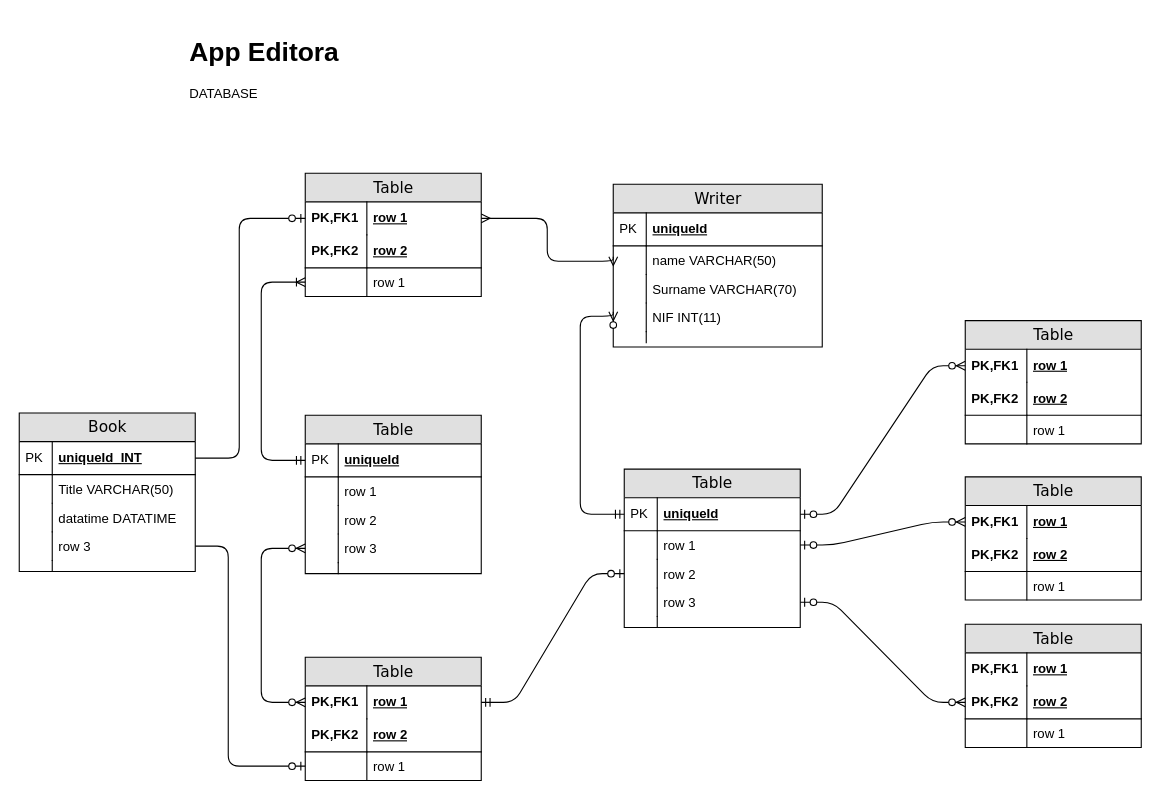
Before: Untitled Diagram.drawio in jonasnapoles/projectFinalDocs, a draw.io diagram. Source tidied: cells renumbered, new cells numbered last; positions are measured from the earlier drawing's top-left corner, leaving out a move shared by most shapes. Both pictures are drawn from the tidied source at 110%, with x=0, y=0 at pixel (19, 30).
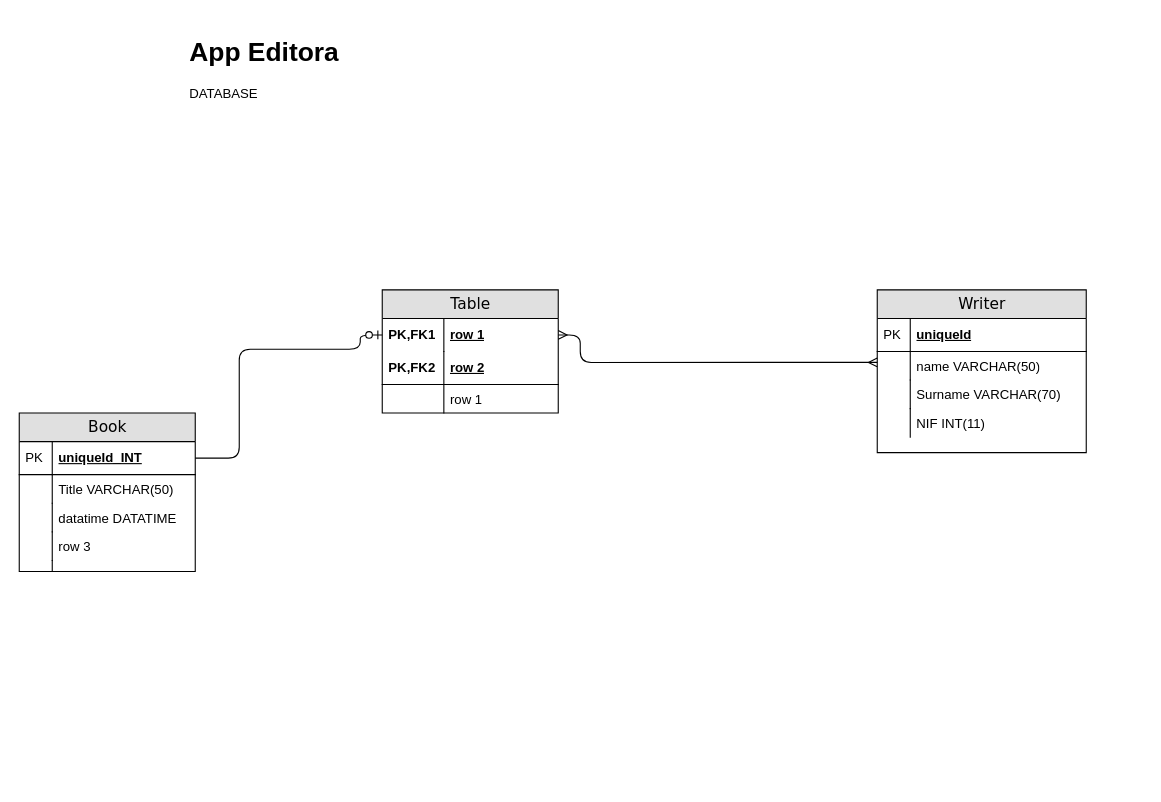
The same diagram, later.

The change refers to these unchanged cells:
```xml
<mxCell id="3" value="row 1" style="shape=partialRectangle;top=0;left=0;right=0;bottom=0;html=1;align=left;verticalAlign=middle;fillColor=none;spacingLeft=60;spacingRight=4;whiteSpace=wrap;overflow=hidden;points=[[0,0.5],[1,0.5]];portConstraint=eastwest;fontStyle=5;" parent="2" vertex="1">
  <mxGeometry y="26" width="160" height="30" as="geometry" />
</mxCell>
<mxCell id="7" value="row 1" style="shape=partialRectangle;top=0;left=0;right=0;bottom=0;html=1;align=left;verticalAlign=top;fillColor=none;spacingLeft=60;spacingRight=4;whiteSpace=wrap;overflow=hidden;points=[[0,0.5],[1,0.5]];portConstraint=eastwest;" parent="2" vertex="1">
  <mxGeometry y="86" width="160" height="26" as="geometry" />
</mxCell>
<mxCell id="12" value="name VARCHAR(50)" style="shape=partialRectangle;top=0;left=0;right=0;bottom=0;html=1;align=left;verticalAlign=top;fillColor=none;spacingLeft=34;spacingRight=4;whiteSpace=wrap;overflow=hidden;points=[[0,0.5],[1,0.5]];portConstraint=eastwest;" parent="9" vertex="1">
  <mxGeometry y="56" width="190" height="26" as="geometry" />
</mxCell>
<mxCell id="16" value="NIF INT(11)" style="shape=partialRectangle;top=0;left=0;right=0;bottom=0;html=1;align=left;verticalAlign=top;fillColor=none;spacingLeft=34;spacingRight=4;whiteSpace=wrap;overflow=hidden;points=[[0,0.5],[1,0.5]];portConstraint=eastwest;" parent="9" vertex="1">
  <mxGeometry y="108" width="190" height="26" as="geometry" />
</mxCell>
<mxCell id="79" value="uniqueId_INT" style="shape=partialRectangle;top=0;left=0;right=0;bottom=1;html=1;align=left;verticalAlign=middle;fillColor=none;spacingLeft=34;spacingRight=4;whiteSpace=wrap;overflow=hidden;points=[[0,0.5],[1,0.5]];portConstraint=eastwest;fontStyle=5;" parent="78" vertex="1">
  <mxGeometry y="26" width="160" height="30" as="geometry" />
</mxCell>
<mxCell id="85" value="row 3" style="shape=partialRectangle;top=0;left=0;right=0;bottom=0;html=1;align=left;verticalAlign=top;fillColor=none;spacingLeft=34;spacingRight=4;whiteSpace=wrap;overflow=hidden;points=[[0,0.5],[1,0.5]];portConstraint=eastwest;" parent="78" vertex="1">
  <mxGeometry y="108" width="160" height="26" as="geometry" />
</mxCell>
```

Change to the diagram source:
```diff
@@
     <mxCell id="2" value="Table" style="swimlane;html=1;fontStyle=0;horizontal=1;startSize=26;fillColor=#e0e0e0;swimlaneFillColor=#ffffff;align=center;rounded=0;shadow=0;comic=0;labelBackgroundColor=none;strokeWidth=1;fontFamily=Verdana;fontSize=14;" parent="1" vertex="1">
-      <mxGeometry x="260" y="130" width="160" height="112" as="geometry" />
+      <mxGeometry x="330" y="236" width="160" height="112" as="geometry" />
     </mxCell>
@@
     <mxCell id="9" value="Writer" style="swimlane;html=1;fontStyle=0;horizontal=1;startSize=26;fillColor=#e0e0e0;swimlaneFillColor=#ffffff;align=center;rounded=0;shadow=0;comic=0;labelBackgroundColor=none;strokeWidth=1;fontFamily=Verdana;fontSize=14;swimlaneLine=1;" parent="1" vertex="1">
-      <mxGeometry x="540" y="140" width="190" height="148" as="geometry" />
+      <mxGeometry x="780" y="236" width="190" height="148" as="geometry" />
     </mxCell>
@@
-    <mxCell id="18" style="shape=partialRectangle;top=0;left=0;right=0;bottom=0;html=1;align=left;verticalAlign=top;fillColor=none;spacingLeft=34;spacingRight=4;whiteSpace=wrap;overflow=hidden;" parent="9" vertex="1">
-      <mxGeometry y="134" width="190" height="10" as="geometry" />
-    </mxCell>
-    <mxCell id="19" style="shape=partialRectangle;top=0;left=0;bottom=0;html=1;fillColor=none;align=left;verticalAlign=top;spacingLeft=4;spacingRight=4;whiteSpace=wrap;overflow=hidden;" parent="18" vertex="1">
-      <mxGeometry width="30" height="10" as="geometry" />
-    </mxCell>
-    <mxCell id="20" value="Table" style="swimlane;html=1;fontStyle=0;horizontal=1;startSize=26;fillColor=#e0e0e0;swimlaneFillColor=#ffffff;align=center;rounded=0;shadow=0;comic=0;labelBackgroundColor=none;strokeWidth=1;fontFamily=Verdana;fontSize=14;" parent="1" vertex="1">
-      <mxGeometry x="260" y="350" width="160" height="144" as="geometry" />
-    </mxCell>
-    <mxCell id="21" value="uniqueId" style="shape=partialRectangle;top=0;left=0;right=0;bottom=1;html=1;align=left;verticalAlign=middle;fillColor=none;spacingLeft=34;spacingRight=4;whiteSpace=wrap;overflow=hidden;points=[[0,0.5],[1,0.5]];portConstraint=eastwest;fontStyle=5;" parent="20" vertex="1">
-      <mxGeometry y="26" width="160" height="30" as="geometry" />
-    </mxCell>
-    <mxCell id="22" value="PK" style="shape=partialRectangle;top=0;left=0;bottom=0;html=1;fillColor=none;align=left;verticalAlign=middle;spacingLeft=4;spacingRight=4;whiteSpace=wrap;overflow=hidden;" parent="21" vertex="1">
-      <mxGeometry width="30" height="30" as="geometry" />
-    </mxCell>
-    <mxCell id="23" value="row 1" style="shape=partialRectangle;top=0;left=0;right=0;bottom=0;html=1;align=left;verticalAlign=top;fillColor=none;spacingLeft=34;spacingRight=4;whiteSpace=wrap;overflow=hidden;" parent="20" vertex="1">
-      <mxGeometry y="56" width="160" height="26" as="geometry" />
-    </mxCell>
-    <mxCell id="24" style="shape=partialRectangle;top=0;left=0;bottom=0;html=1;fillColor=none;align=left;verticalAlign=top;spacingLeft=4;spacingRight=4;whiteSpace=wrap;overflow=hidden;" parent="23" vertex="1">
-      <mxGeometry width="30" height="26" as="geometry" />
-    </mxCell>
-    <mxCell id="25" value="row 2" style="shape=partialRectangle;top=0;left=0;right=0;bottom=0;html=1;align=left;verticalAlign=top;fillColor=none;spacingLeft=34;spacingRight=4;whiteSpace=wrap;overflow=hidden;" parent="20" vertex="1">
-      <mxGeometry y="82" width="160" height="26" as="geometry" />
-    </mxCell>
-    <mxCell id="26" style="shape=partialRectangle;top=0;left=0;bottom=0;html=1;fillColor=none;align=left;verticalAlign=top;spacingLeft=4;spacingRight=4;whiteSpace=wrap;overflow=hidden;" parent="25" vertex="1">
-      <mxGeometry width="30" height="26" as="geometry" />
-    </mxCell>
-    <mxCell id="27" value="row 3" style="shape=partialRectangle;top=0;left=0;right=0;bottom=0;html=1;align=left;verticalAlign=top;fillColor=none;spacingLeft=34;spacingRight=4;whiteSpace=wrap;overflow=hidden;points=[[0,0.5],[1,0.5]];portConstraint=eastwest;" parent="20" vertex="1">
-      <mxGeometry y="108" width="160" height="26" as="geometry" />
-    </mxCell>
-    <mxCell id="28" style="shape=partialRectangle;top=0;left=0;bottom=0;html=1;fillColor=none;align=left;verticalAlign=top;spacingLeft=4;spacingRight=4;whiteSpace=wrap;overflow=hidden;" parent="27" vertex="1">
-      <mxGeometry width="30" height="26" as="geometry" />
-    </mxCell>
-    <mxCell id="29" style="shape=partialRectangle;top=0;left=0;right=0;bottom=0;html=1;align=left;verticalAlign=top;fillColor=none;spacingLeft=34;spacingRight=4;whiteSpace=wrap;overflow=hidden;" parent="20" vertex="1">
-      <mxGeometry y="134" width="160" height="10" as="geometry" />
-    </mxCell>
-    <mxCell id="30" style="shape=partialRectangle;top=0;left=0;bottom=0;html=1;fillColor=none;align=left;verticalAlign=top;spacingLeft=4;spacingRight=4;whiteSpace=wrap;overflow=hidden;" parent="29" vertex="1">
-      <mxGeometry width="30" height="10" as="geometry" />
-    </mxCell>
-    <mxCell id="31" value="Table" style="swimlane;html=1;fontStyle=0;horizontal=1;startSize=26;fillColor=#e0e0e0;swimlaneFillColor=#ffffff;align=center;rounded=0;shadow=0;comic=0;labelBackgroundColor=none;strokeWidth=1;fontFamily=Verdana;fontSize=14;" parent="1" vertex="1">
-      <mxGeometry x="550" y="399" width="160" height="144" as="geometry" />
-    </mxCell>
-    <mxCell id="32" value="uniqueId" style="shape=partialRectangle;top=0;left=0;right=0;bottom=1;html=1;align=left;verticalAlign=middle;fillColor=none;spacingLeft=34;spacingRight=4;whiteSpace=wrap;overflow=hidden;points=[[0,0.5],[1,0.5]];portConstraint=eastwest;fontStyle=5;" parent="31" vertex="1">
-      <mxGeometry y="26" width="160" height="30" as="geometry" />
-    </mxCell>
-    <mxCell id="33" value="PK" style="shape=partialRectangle;top=0;left=0;bottom=0;html=1;fillColor=none;align=left;verticalAlign=middle;spacingLeft=4;spacingRight=4;whiteSpace=wrap;overflow=hidden;" parent="32" vertex="1">
-      <mxGeometry width="30" height="30" as="geometry" />
-    </mxCell>
-    <mxCell id="34" value="row 1" style="shape=partialRectangle;top=0;left=0;right=0;bottom=0;html=1;align=left;verticalAlign=top;fillColor=none;spacingLeft=34;spacingRight=4;whiteSpace=wrap;overflow=hidden;points=[[0,0.5],[1,0.5]];portConstraint=eastwest;" parent="31" vertex="1">
-      <mxGeometry y="56" width="160" height="26" as="geometry" />
-    </mxCell>
-    <mxCell id="35" style="shape=partialRectangle;top=0;left=0;bottom=0;html=1;fillColor=none;align=left;verticalAlign=top;spacingLeft=4;spacingRight=4;whiteSpace=wrap;overflow=hidden;" parent="34" vertex="1">
-      <mxGeometry width="30" height="26" as="geometry" />
-    </mxCell>
-    <mxCell id="36" value="row 2" style="shape=partialRectangle;top=0;left=0;right=0;bottom=0;html=1;align=left;verticalAlign=top;fillColor=none;spacingLeft=34;spacingRight=4;whiteSpace=wrap;overflow=hidden;points=[[0,0.5],[1,0.5]];portConstraint=eastwest;" parent="31" vertex="1">
-      <mxGeometry y="82" width="160" height="26" as="geometry" />
-    </mxCell>
-    <mxCell id="37" style="shape=partialRectangle;top=0;left=0;bottom=0;html=1;fillColor=none;align=left;verticalAlign=top;spacingLeft=4;spacingRight=4;whiteSpace=wrap;overflow=hidden;" parent="36" vertex="1">
-      <mxGeometry width="30" height="26" as="geometry" />
-    </mxCell>
-    <mxCell id="38" value="row 3" style="shape=partialRectangle;top=0;left=0;right=0;bottom=0;html=1;align=left;verticalAlign=top;fillColor=none;spacingLeft=34;spacingRight=4;whiteSpace=wrap;overflow=hidden;points=[[0,0.5],[1,0.5]];portConstraint=eastwest;" parent="31" vertex="1">
-      <mxGeometry y="108" width="160" height="26" as="geometry" />
-    </mxCell>
-    <mxCell id="39" style="shape=partialRectangle;top=0;left=0;bottom=0;html=1;fillColor=none;align=left;verticalAlign=top;spacingLeft=4;spacingRight=4;whiteSpace=wrap;overflow=hidden;" parent="38" vertex="1">
-      <mxGeometry width="30" height="26" as="geometry" />
-    </mxCell>
-    <mxCell id="40" style="shape=partialRectangle;top=0;left=0;right=0;bottom=0;html=1;align=left;verticalAlign=top;fillColor=none;spacingLeft=34;spacingRight=4;whiteSpace=wrap;overflow=hidden;" parent="31" vertex="1">
-      <mxGeometry y="134" width="160" height="10" as="geometry" />
-    </mxCell>
-    <mxCell id="41" style="shape=partialRectangle;top=0;left=0;bottom=0;html=1;fillColor=none;align=left;verticalAlign=top;spacingLeft=4;spacingRight=4;whiteSpace=wrap;overflow=hidden;" parent="40" vertex="1">
-      <mxGeometry width="30" height="10" as="geometry" />
-    </mxCell>
-    <mxCell id="42" value="Table" style="swimlane;html=1;fontStyle=0;horizontal=1;startSize=26;fillColor=#e0e0e0;swimlaneFillColor=#ffffff;align=center;rounded=0;shadow=0;comic=0;labelBackgroundColor=none;strokeWidth=1;fontFamily=Verdana;fontSize=14;" parent="1" vertex="1">
-      <mxGeometry x="860" y="264" width="160" height="112" as="geometry" />
-    </mxCell>
-    <mxCell id="43" value="row 1" style="shape=partialRectangle;top=0;left=0;right=0;bottom=0;html=1;align=left;verticalAlign=middle;fillColor=none;spacingLeft=60;spacingRight=4;whiteSpace=wrap;overflow=hidden;points=[[0,0.5],[1,0.5]];portConstraint=eastwest;fontStyle=5;" parent="42" vertex="1">
-      <mxGeometry y="26" width="160" height="30" as="geometry" />
-    </mxCell>
-    <mxCell id="44" value="PK,FK1" style="shape=partialRectangle;fontStyle=1;top=0;left=0;bottom=0;html=1;fillColor=none;align=left;verticalAlign=middle;spacingLeft=4;spacingRight=4;whiteSpace=wrap;overflow=hidden;" parent="43" vertex="1">
-      <mxGeometry width="56" height="30" as="geometry" />
-    </mxCell>
-    <mxCell id="45" value="row 2" style="shape=partialRectangle;top=0;left=0;right=0;bottom=1;html=1;align=left;verticalAlign=middle;fillColor=none;spacingLeft=60;spacingRight=4;whiteSpace=wrap;overflow=hidden;fontStyle=5;" parent="42" vertex="1">
-      <mxGeometry y="56" width="160" height="30" as="geometry" />
-    </mxCell>
-    <mxCell id="46" value="PK,FK2" style="shape=partialRectangle;fontStyle=1;top=0;left=0;bottom=0;html=1;fillColor=none;align=left;verticalAlign=middle;spacingLeft=4;spacingRight=4;whiteSpace=wrap;overflow=hidden;" parent="45" vertex="1">
-      <mxGeometry width="56" height="30" as="geometry" />
-    </mxCell>
-    <mxCell id="47" value="row 1" style="shape=partialRectangle;top=0;left=0;right=0;bottom=0;html=1;align=left;verticalAlign=top;fillColor=none;spacingLeft=60;spacingRight=4;whiteSpace=wrap;overflow=hidden;" parent="42" vertex="1">
-      <mxGeometry y="86" width="160" height="26" as="geometry" />
-    </mxCell>
-    <mxCell id="48" style="shape=partialRectangle;top=0;left=0;bottom=0;html=1;fillColor=none;align=left;verticalAlign=top;spacingLeft=4;spacingRight=4;whiteSpace=wrap;overflow=hidden;" parent="47" vertex="1">
-      <mxGeometry width="56" height="26" as="geometry" />
-    </mxCell>
-    <mxCell id="49" value="Table" style="swimlane;html=1;fontStyle=0;horizontal=1;startSize=26;fillColor=#e0e0e0;swimlaneFillColor=#ffffff;align=center;rounded=0;shadow=0;comic=0;labelBackgroundColor=none;strokeWidth=1;fontFamily=Verdana;fontSize=14;" parent="1" vertex="1">
-      <mxGeometry x="260" y="570" width="160" height="112" as="geometry" />
-    </mxCell>
-    <mxCell id="50" value="row 1" style="shape=partialRectangle;top=0;left=0;right=0;bottom=0;html=1;align=left;verticalAlign=middle;fillColor=none;spacingLeft=60;spacingRight=4;whiteSpace=wrap;overflow=hidden;points=[[0,0.5],[1,0.5]];portConstraint=eastwest;fontStyle=5;" parent="49" vertex="1">
-      <mxGeometry y="26" width="160" height="30" as="geometry" />
-    </mxCell>
-    <mxCell id="51" value="PK,FK1" style="shape=partialRectangle;fontStyle=1;top=0;left=0;bottom=0;html=1;fillColor=none;align=left;verticalAlign=middle;spacingLeft=4;spacingRight=4;whiteSpace=wrap;overflow=hidden;" parent="50" vertex="1">
-      <mxGeometry width="56" height="30" as="geometry" />
-    </mxCell>
-    <mxCell id="52" value="row 2" style="shape=partialRectangle;top=0;left=0;right=0;bottom=1;html=1;align=left;verticalAlign=middle;fillColor=none;spacingLeft=60;spacingRight=4;whiteSpace=wrap;overflow=hidden;fontStyle=5;" parent="49" vertex="1">
-      <mxGeometry y="56" width="160" height="30" as="geometry" />
-    </mxCell>
-    <mxCell id="53" value="PK,FK2" style="shape=partialRectangle;fontStyle=1;top=0;left=0;bottom=0;html=1;fillColor=none;align=left;verticalAlign=middle;spacingLeft=4;spacingRight=4;whiteSpace=wrap;overflow=hidden;" parent="52" vertex="1">
-      <mxGeometry width="56" height="30" as="geometry" />
-    </mxCell>
-    <mxCell id="54" value="row 1" style="shape=partialRectangle;top=0;left=0;right=0;bottom=0;html=1;align=left;verticalAlign=top;fillColor=none;spacingLeft=60;spacingRight=4;whiteSpace=wrap;overflow=hidden;points=[[0,0.5],[1,0.5]];portConstraint=eastwest;" parent="49" vertex="1">
-      <mxGeometry y="86" width="160" height="26" as="geometry" />
-    </mxCell>
-    <mxCell id="55" style="shape=partialRectangle;top=0;left=0;bottom=0;html=1;fillColor=none;align=left;verticalAlign=top;spacingLeft=4;spacingRight=4;whiteSpace=wrap;overflow=hidden;" parent="54" vertex="1">
-      <mxGeometry width="56" height="26" as="geometry" />
-    </mxCell>
-    <mxCell id="56" style="edgeStyle=orthogonalEdgeStyle;html=1;endArrow=ERoneToMany;startArrow=ERmandOne;labelBackgroundColor=none;fontFamily=Verdana;fontSize=14;entryX=0;entryY=0.5;exitX=0;exitY=0.5;" parent="1" edge="1" source="21" target="7">
-      <mxGeometry relative="1" as="geometry">
-        <Array as="points">
-          <mxPoint x="220" y="391" />
-          <mxPoint x="220" y="229" />
-        </Array>
-      </mxGeometry>
-    </mxCell>
-    <mxCell id="57" style="edgeStyle=orthogonalEdgeStyle;html=1;endArrow=ERzeroToMany;endFill=1;startArrow=ERzeroToMany;labelBackgroundColor=none;fontFamily=Verdana;fontSize=14;entryX=0;entryY=0.5;exitX=0;exitY=0.5;" parent="1" edge="1" source="50" target="27">
-      <mxGeometry relative="1" as="geometry">
-        <Array as="points">
-          <mxPoint x="220" y="611" />
-          <mxPoint x="220" y="471" />
-        </Array>
-      </mxGeometry>
-    </mxCell>
     <mxCell id="58" style="edgeStyle=orthogonalEdgeStyle;html=1;endArrow=ERmany;startArrow=ERmany;labelBackgroundColor=none;fontFamily=Verdana;fontSize=14;entryX=1;entryY=0.5;exitX=0;exitY=0.383;exitPerimeter=0;" parent="1" edge="1" source="12" target="3">
       <mxGeometry relative="1" as="geometry">
         <Array as="points">
-          <mxPoint x="480" y="210" />
-          <mxPoint x="480" y="171" />
+          <mxPoint x="510" y="302" />
+          <mxPoint x="510" y="277" />
         </Array>
       </mxGeometry>
     </mxCell>
-    <mxCell id="59" style="edgeStyle=orthogonalEdgeStyle;html=1;endArrow=ERzeroToMany;startArrow=ERmandOne;labelBackgroundColor=none;fontFamily=Verdana;fontSize=14;entryX=0;entryY=0.308;entryPerimeter=0;exitX=0;exitY=0.5;" parent="1" edge="1" source="32" target="16">
-      <mxGeometry relative="1" as="geometry">
-        <Array as="points">
-          <mxPoint x="510" y="440" />
-          <mxPoint x="510" y="260" />
-        </Array>
-      </mxGeometry>
-    </mxCell>
-    <mxCell id="60" style="edgeStyle=entityRelationEdgeStyle;html=1;endArrow=ERzeroToOne;startArrow=ERmandOne;labelBackgroundColor=none;fontFamily=Verdana;fontSize=14;exitX=1;exitY=0.5;entryX=0;entryY=0.5;" parent="1" edge="1" source="50" target="36">
-      <mxGeometry relative="1" as="geometry" />
-    </mxCell>
-    <mxCell id="61" style="edgeStyle=entityRelationEdgeStyle;html=1;endArrow=ERzeroToMany;startArrow=ERzeroToOne;labelBackgroundColor=none;fontFamily=Verdana;fontSize=14;entryX=0;entryY=0.5;exitX=1;exitY=0.5;" parent="1" edge="1" source="32" target="43">
-      <mxGeometry relative="1" as="geometry" />
-    </mxCell>
-    <mxCell id="62" value="Table" style="swimlane;html=1;fontStyle=0;horizontal=1;startSize=26;fillColor=#e0e0e0;swimlaneFillColor=#ffffff;align=center;rounded=0;shadow=0;comic=0;labelBackgroundColor=none;strokeWidth=1;fontFamily=Verdana;fontSize=14;" parent="1" vertex="1">
-      <mxGeometry x="860" y="406" width="160" height="112" as="geometry" />
-    </mxCell>
-    <mxCell id="63" value="row 1" style="shape=partialRectangle;top=0;left=0;right=0;bottom=0;html=1;align=left;verticalAlign=middle;fillColor=none;spacingLeft=60;spacingRight=4;whiteSpace=wrap;overflow=hidden;points=[[0,0.5],[1,0.5]];portConstraint=eastwest;fontStyle=5;" parent="62" vertex="1">
-      <mxGeometry y="26" width="160" height="30" as="geometry" />
-    </mxCell>
-    <mxCell id="64" value="PK,FK1" style="shape=partialRectangle;fontStyle=1;top=0;left=0;bottom=0;html=1;fillColor=none;align=left;verticalAlign=middle;spacingLeft=4;spacingRight=4;whiteSpace=wrap;overflow=hidden;" parent="63" vertex="1">
-      <mxGeometry width="56" height="30" as="geometry" />
-    </mxCell>
-    <mxCell id="65" value="row 2" style="shape=partialRectangle;top=0;left=0;right=0;bottom=1;html=1;align=left;verticalAlign=middle;fillColor=none;spacingLeft=60;spacingRight=4;whiteSpace=wrap;overflow=hidden;fontStyle=5;" parent="62" vertex="1">
-      <mxGeometry y="56" width="160" height="30" as="geometry" />
-    </mxCell>
-    <mxCell id="66" value="PK,FK2" style="shape=partialRectangle;fontStyle=1;top=0;left=0;bottom=0;html=1;fillColor=none;align=left;verticalAlign=middle;spacingLeft=4;spacingRight=4;whiteSpace=wrap;overflow=hidden;" parent="65" vertex="1">
-      <mxGeometry width="56" height="30" as="geometry" />
-    </mxCell>
-    <mxCell id="67" value="row 1" style="shape=partialRectangle;top=0;left=0;right=0;bottom=0;html=1;align=left;verticalAlign=top;fillColor=none;spacingLeft=60;spacingRight=4;whiteSpace=wrap;overflow=hidden;" parent="62" vertex="1">
-      <mxGeometry y="86" width="160" height="26" as="geometry" />
-    </mxCell>
-    <mxCell id="68" style="shape=partialRectangle;top=0;left=0;bottom=0;html=1;fillColor=none;align=left;verticalAlign=top;spacingLeft=4;spacingRight=4;whiteSpace=wrap;overflow=hidden;" parent="67" vertex="1">
-      <mxGeometry width="56" height="26" as="geometry" />
-    </mxCell>
-    <mxCell id="69" value="Table" style="swimlane;html=1;fontStyle=0;horizontal=1;startSize=26;fillColor=#e0e0e0;swimlaneFillColor=#ffffff;align=center;rounded=0;shadow=0;comic=0;labelBackgroundColor=none;strokeWidth=1;fontFamily=Verdana;fontSize=14;" parent="1" vertex="1">
-      <mxGeometry x="860" y="540" width="160" height="112" as="geometry" />
-    </mxCell>
-    <mxCell id="70" value="row 1" style="shape=partialRectangle;top=0;left=0;right=0;bottom=0;html=1;align=left;verticalAlign=middle;fillColor=none;spacingLeft=60;spacingRight=4;whiteSpace=wrap;overflow=hidden;fontStyle=5;" parent="69" vertex="1">
-      <mxGeometry y="26" width="160" height="30" as="geometry" />
-    </mxCell>
-    <mxCell id="71" value="PK,FK1" style="shape=partialRectangle;fontStyle=1;top=0;left=0;bottom=0;html=1;fillColor=none;align=left;verticalAlign=middle;spacingLeft=4;spacingRight=4;whiteSpace=wrap;overflow=hidden;" parent="70" vertex="1">
-      <mxGeometry width="56" height="30" as="geometry" />
-    </mxCell>
-    <mxCell id="72" value="row 2" style="shape=partialRectangle;top=0;left=0;right=0;bottom=1;html=1;align=left;verticalAlign=middle;fillColor=none;spacingLeft=60;spacingRight=4;whiteSpace=wrap;overflow=hidden;points=[[0,0.5],[1,0.5]];portConstraint=eastwest;fontStyle=5;" parent="69" vertex="1">
-      <mxGeometry y="56" width="160" height="30" as="geometry" />
-    </mxCell>
-    <mxCell id="73" value="PK,FK2" style="shape=partialRectangle;fontStyle=1;top=0;left=0;bottom=0;html=1;fillColor=none;align=left;verticalAlign=middle;spacingLeft=4;spacingRight=4;whiteSpace=wrap;overflow=hidden;" parent="72" vertex="1">
-      <mxGeometry width="56" height="30" as="geometry" />
-    </mxCell>
-    <mxCell id="74" value="row 1" style="shape=partialRectangle;top=0;left=0;right=0;bottom=0;html=1;align=left;verticalAlign=top;fillColor=none;spacingLeft=60;spacingRight=4;whiteSpace=wrap;overflow=hidden;" parent="69" vertex="1">
-      <mxGeometry y="86" width="160" height="26" as="geometry" />
-    </mxCell>
-    <mxCell id="75" style="shape=partialRectangle;top=0;left=0;bottom=0;html=1;fillColor=none;align=left;verticalAlign=top;spacingLeft=4;spacingRight=4;whiteSpace=wrap;overflow=hidden;" parent="74" vertex="1">
-      <mxGeometry width="56" height="26" as="geometry" />
-    </mxCell>
-    <mxCell id="76" style="edgeStyle=entityRelationEdgeStyle;html=1;endArrow=ERzeroToMany;startArrow=ERzeroToOne;labelBackgroundColor=none;fontFamily=Verdana;fontSize=14;entryX=0;entryY=0.5;exitX=1;exitY=0.5;" parent="1" edge="1" source="34" target="63">
-      <mxGeometry relative="1" as="geometry" />
-    </mxCell>
-    <mxCell id="77" style="edgeStyle=entityRelationEdgeStyle;html=1;endArrow=ERzeroToMany;startArrow=ERzeroToOne;labelBackgroundColor=none;fontFamily=Verdana;fontSize=14;entryX=0;entryY=0.5;exitX=1;exitY=0.5;" parent="1" edge="1" source="38" target="72">
-      <mxGeometry relative="1" as="geometry" />
-    </mxCell>
@@
     <mxCell id="89" style="edgeStyle=orthogonalEdgeStyle;html=1;endArrow=ERzeroToOne;endFill=1;labelBackgroundColor=none;fontFamily=Verdana;fontSize=14;entryX=0;entryY=0.5;exitX=1;exitY=0.5;" parent="1" edge="1" source="79" target="3">
       <mxGeometry relative="1" as="geometry">
         <Array as="points">
           <mxPoint x="200" y="389" />
-          <mxPoint x="200" y="171" />
+          <mxPoint x="200" y="290" />
+          <mxPoint x="310" y="290" />
+          <mxPoint x="310" y="277" />
         </Array>
       </mxGeometry>
     </mxCell>
-    <mxCell id="90" style="edgeStyle=orthogonalEdgeStyle;html=1;endArrow=ERzeroToOne;endFill=1;labelBackgroundColor=none;fontFamily=Verdana;fontSize=14;entryX=0;entryY=0.5;exitX=1;exitY=0.5;" parent="1" edge="1" source="85" target="54">
-      <mxGeometry relative="1" as="geometry">
-        <Array as="points">
-          <mxPoint x="190" y="469" />
-          <mxPoint x="190" y="669" />
-        </Array>
-      </mxGeometry>
-    </mxCell>
```
